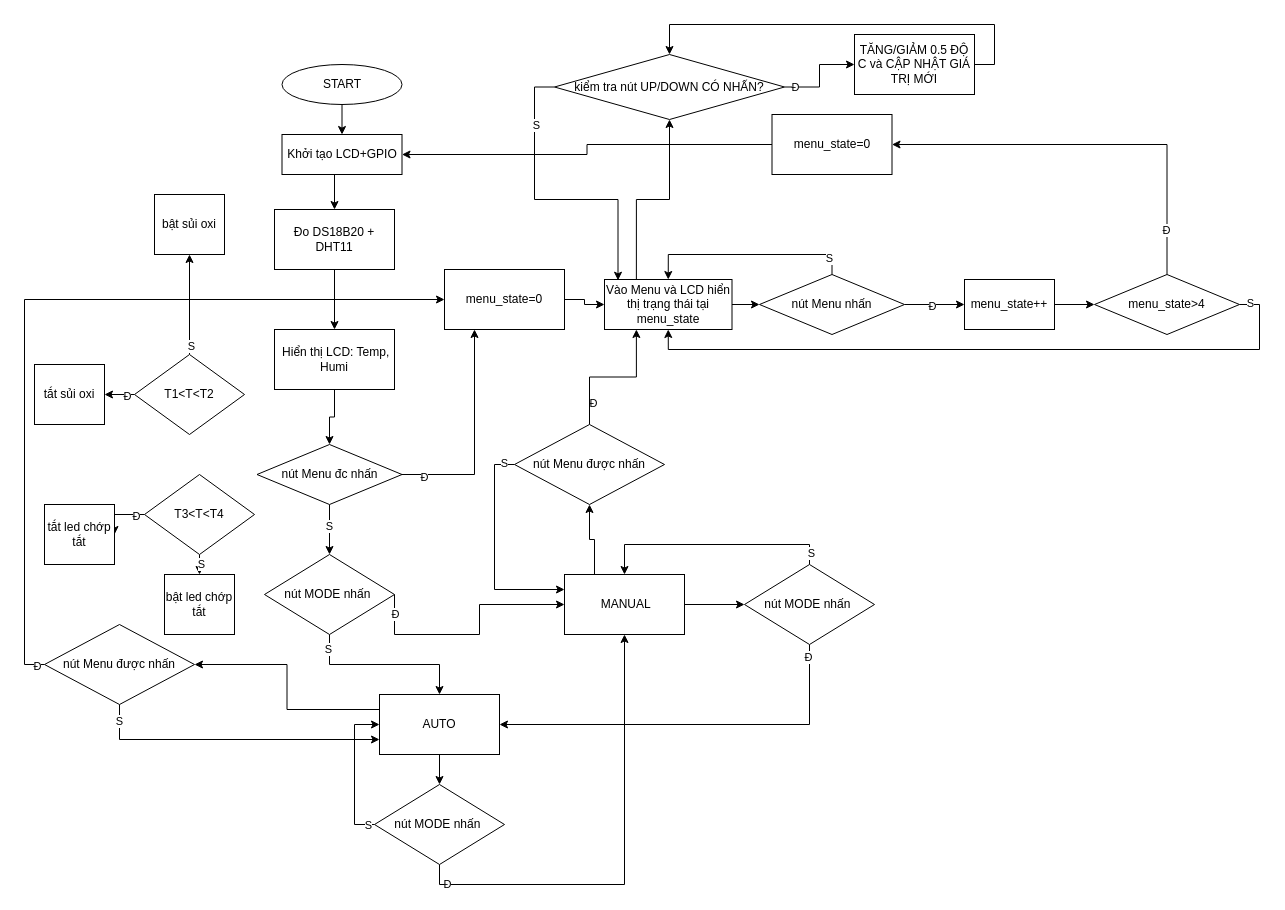
The draw.io diagram Untitled Diagram.drawio in thanhzkx/CONTROL-FISHTANK, before the edit. Source tidied: cells renumbered, new cells numbered last; positions are measured from the earlier drawing's top-left corner, leaving out a move shared by most shapes. Both pictures are drawn from the tidied source at 100%, with x=0, y=0 at pixel (34, 24).
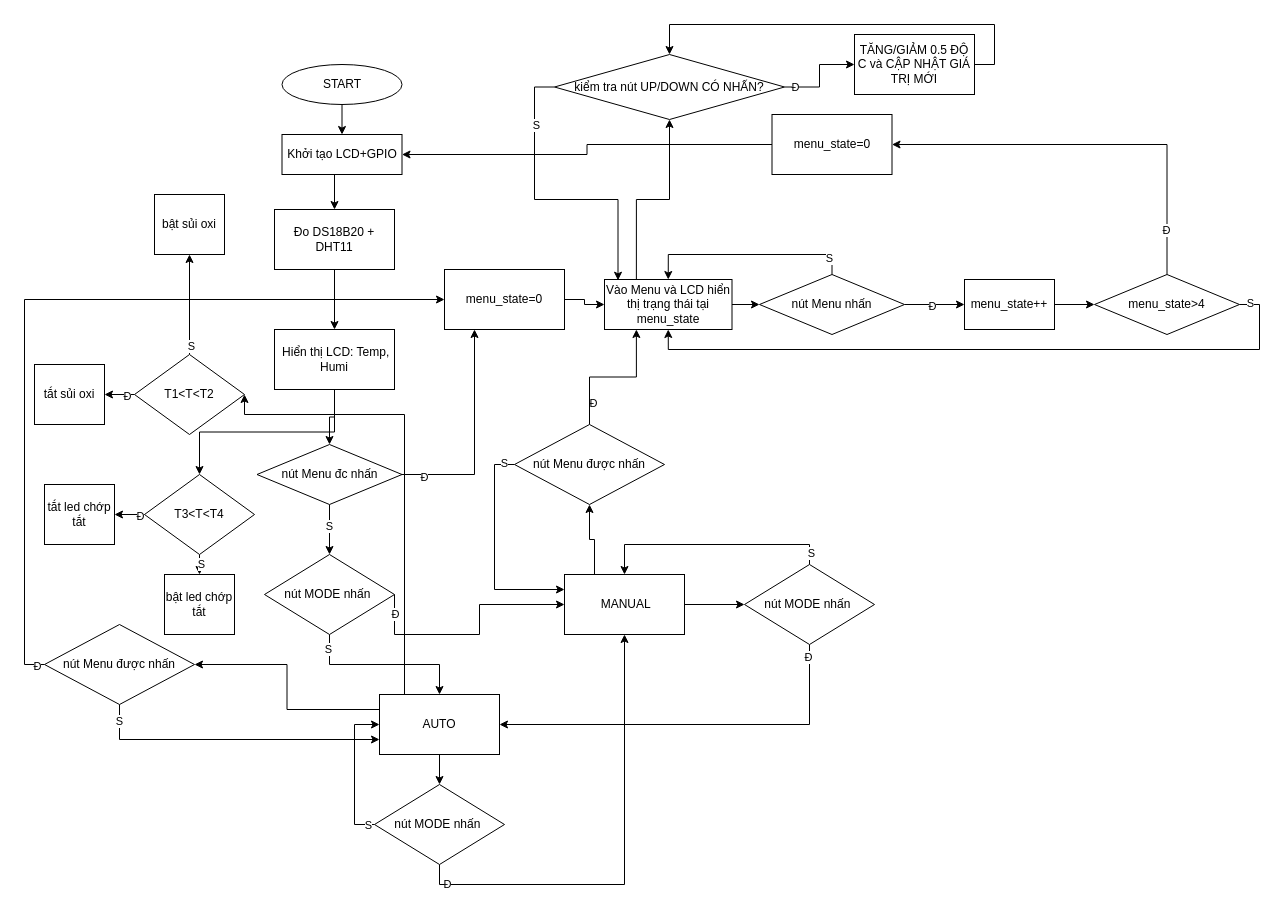
Above is the later version.

Unchanged cells that the change refers to:
```xml
<mxCell id="24" value="&amp;nbsp;Hiển thị LCD: Temp, Humi" style="rounded=0;whiteSpace=wrap;html=1;" parent="1" vertex="1">
  <mxGeometry x="240" y="305" width="120" height="60" as="geometry" />
</mxCell>
<mxCell id="40" value="AUTO" style="rounded=0;whiteSpace=wrap;html=1;" parent="1" vertex="1">
  <mxGeometry x="345" y="670" width="120" height="60" as="geometry" />
</mxCell>
<mxCell id="76" value="T1&amp;lt;T&amp;lt;T2" style="rhombus;whiteSpace=wrap;html=1;" parent="1" vertex="1">
  <mxGeometry x="100" y="330" width="110" height="80" as="geometry" />
</mxCell>
<mxCell id="81" value="T3&amp;lt;T&amp;lt;T4" style="rhombus;whiteSpace=wrap;html=1;" parent="1" vertex="1">
  <mxGeometry x="110" y="450" width="110" height="80" as="geometry" />
</mxCell>
```

The edit, as a diff of the source:
```diff
@@
+    <mxCell id="86" style="edgeStyle=orthogonalEdgeStyle;rounded=0;jettySize=auto;html=1;exitX=0.5;exitY=1;exitDx=0;exitDy=0;entryX=0.5;entryY=0;entryDx=0;entryDy=0;" parent="1" edge="1" source="24" target="81">
+      <mxGeometry relative="1" as="geometry" />
+    </mxCell>
@@
+    <mxCell id="87" style="edgeStyle=orthogonalEdgeStyle;rounded=0;jettySize=auto;html=1;exitX=0;exitY=0;exitDx=0;exitDy=0;entryX=1;entryY=0.5;entryDx=0;entryDy=0;" parent="1" edge="1" source="40" target="76">
+      <mxGeometry relative="1" as="geometry">
+        <Array as="points">
+          <mxPoint x="370" y="670" />
+          <mxPoint x="370" y="390" />
+          <mxPoint x="210" y="390" />
+        </Array>
+      </mxGeometry>
+    </mxCell>
@@
     <mxCell id="84" value="tắt led chớp tắt" style="rounded=0;whiteSpace=wrap;html=1;" parent="1" vertex="1">
-      <mxGeometry x="10" y="480" width="70" height="60" as="geometry" />
+      <mxGeometry x="10" y="460" width="70" height="60" as="geometry" />
     </mxCell>
```
